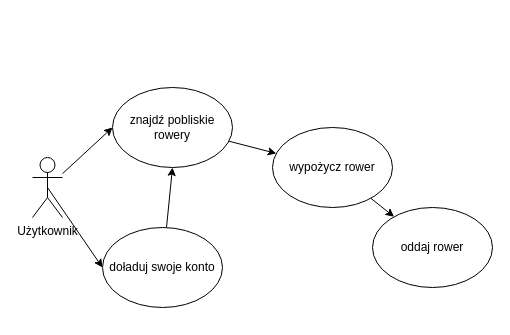
Above: DiagramPrzypadkowUzycia.drawio in KarolinaPiechowicz05/2024-12-31 (draw.io), before the change. Source tidied: cells renumbered, new cells numbered last; positions are measured from the earlier drawing's top-left corner, leaving out a move shared by most shapes. Both pictures are drawn from the tidied source at 100%, with x=0, y=0 at pixel (32, 87).
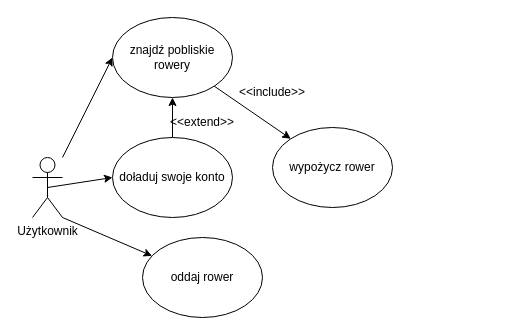
The same diagram, later.

What changed in the source:
```diff
@@
 <mxGraphModel>
   <root>
     <mxCell id="0" />
     <mxCell id="1" parent="0" />
     <mxCell id="2" style="rounded=0;jettySize=auto;html=1;entryX=0;entryY=0.5;entryDx=0;entryDy=0;" parent="1" edge="1" source="4" target="6">
       <mxGeometry relative="1" as="geometry" />
     </mxCell>
     <mxCell id="3" style="rounded=0;jettySize=auto;html=1;exitX=0.5;exitY=0.5;exitDx=0;exitDy=0;exitPerimeter=0;entryX=0;entryY=0.5;entryDx=0;entryDy=0;" parent="1" edge="1" source="4" target="8">
       <mxGeometry relative="1" as="geometry" />
     </mxCell>
     <mxCell id="4" value="Użytkownik" style="shape=umlActor;verticalLabelPosition=bottom;verticalAlign=top;html=1;outlineConnect=0;" parent="1" vertex="1">
       <mxGeometry y="70" width="30" height="60" as="geometry" />
     </mxCell>
     <mxCell id="5" style="rounded=0;jettySize=auto;html=1;" parent="1" edge="1" source="6" target="10">
       <mxGeometry relative="1" as="geometry" />
     </mxCell>
     <mxCell id="6" value="znajdź pobliskie rowery" style="ellipse;whiteSpace=wrap;html=1;" parent="1" vertex="1">
-      <mxGeometry x="80" width="120" height="80" as="geometry" />
+      <mxGeometry x="80" y="-70" width="120" height="80" as="geometry" />
     </mxCell>
     <mxCell id="7" style="rounded=0;jettySize=auto;html=1;entryX=0.5;entryY=1;entryDx=0;entryDy=0;" parent="1" edge="1" source="8" target="6">
       <mxGeometry relative="1" as="geometry" />
     </mxCell>
     <mxCell id="8" value="doładuj swoje konto" style="ellipse;whiteSpace=wrap;html=1;" parent="1" vertex="1">
-      <mxGeometry x="70" y="140" width="120" height="80" as="geometry" />
+      <mxGeometry x="80" y="50" width="120" height="80" as="geometry" />
     </mxCell>
-    <mxCell id="9" style="rounded=0;jettySize=auto;html=1;" parent="1" edge="1" source="10" target="11">
+    <mxCell id="9" style="rounded=0;jettySize=auto;html=1;exitX=1;exitY=1;exitDx=0;exitDy=0;exitPerimeter=0;" parent="1" edge="1" source="4" target="11">
       <mxGeometry relative="1" as="geometry" />
     </mxCell>
     <mxCell id="10" value="wypożycz rower" style="ellipse;whiteSpace=wrap;html=1;" parent="1" vertex="1">
       <mxGeometry x="240" y="40" width="120" height="80" as="geometry" />
     </mxCell>
     <mxCell id="11" value="oddaj rower" style="ellipse;whiteSpace=wrap;html=1;" parent="1" vertex="1">
-      <mxGeometry x="340" y="120" width="120" height="80" as="geometry" />
+      <mxGeometry x="110" y="150" width="120" height="80" as="geometry" />
     </mxCell>
+    <mxCell id="12" value="&amp;lt;&amp;lt;extend&amp;gt;&amp;gt;" style="text;html=1;align=center;verticalAlign=middle;whiteSpace=wrap;rounded=0;" parent="1" vertex="1">
+      <mxGeometry x="140" y="20" width="60" height="30" as="geometry" />
+    </mxCell>
+    <mxCell id="13" value="&amp;lt;&amp;lt;include&amp;gt;&amp;gt;" style="text;html=1;align=center;verticalAlign=middle;whiteSpace=wrap;rounded=0;" parent="1" vertex="1">
+      <mxGeometry x="210" y="-10" width="60" height="30" as="geometry" />
+    </mxCell>
   </root>
 </mxGraphModel>
```
